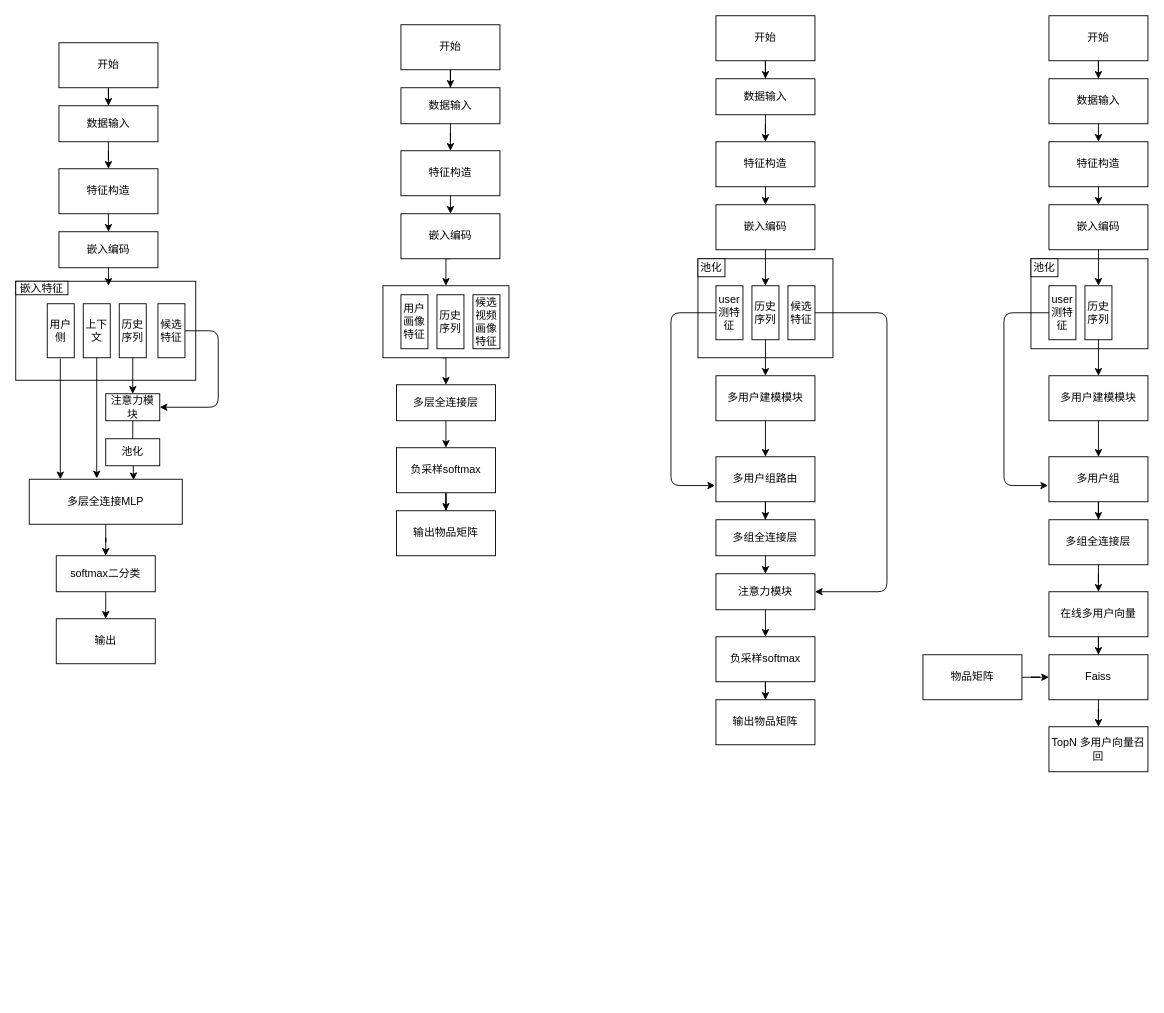
Earlier version of the draw.io diagram Untitled Diagram.drawio (zkailinzhang/12306-I-have-got-the-train-ticket.). Source tidied: cells renumbered, new cells numbered last; positions are measured from the earlier drawing's top-left corner, leaving out a move shared by most shapes. Both pictures are drawn from the tidied source at 90%, with x=0, y=0 at pixel (-25, 15).
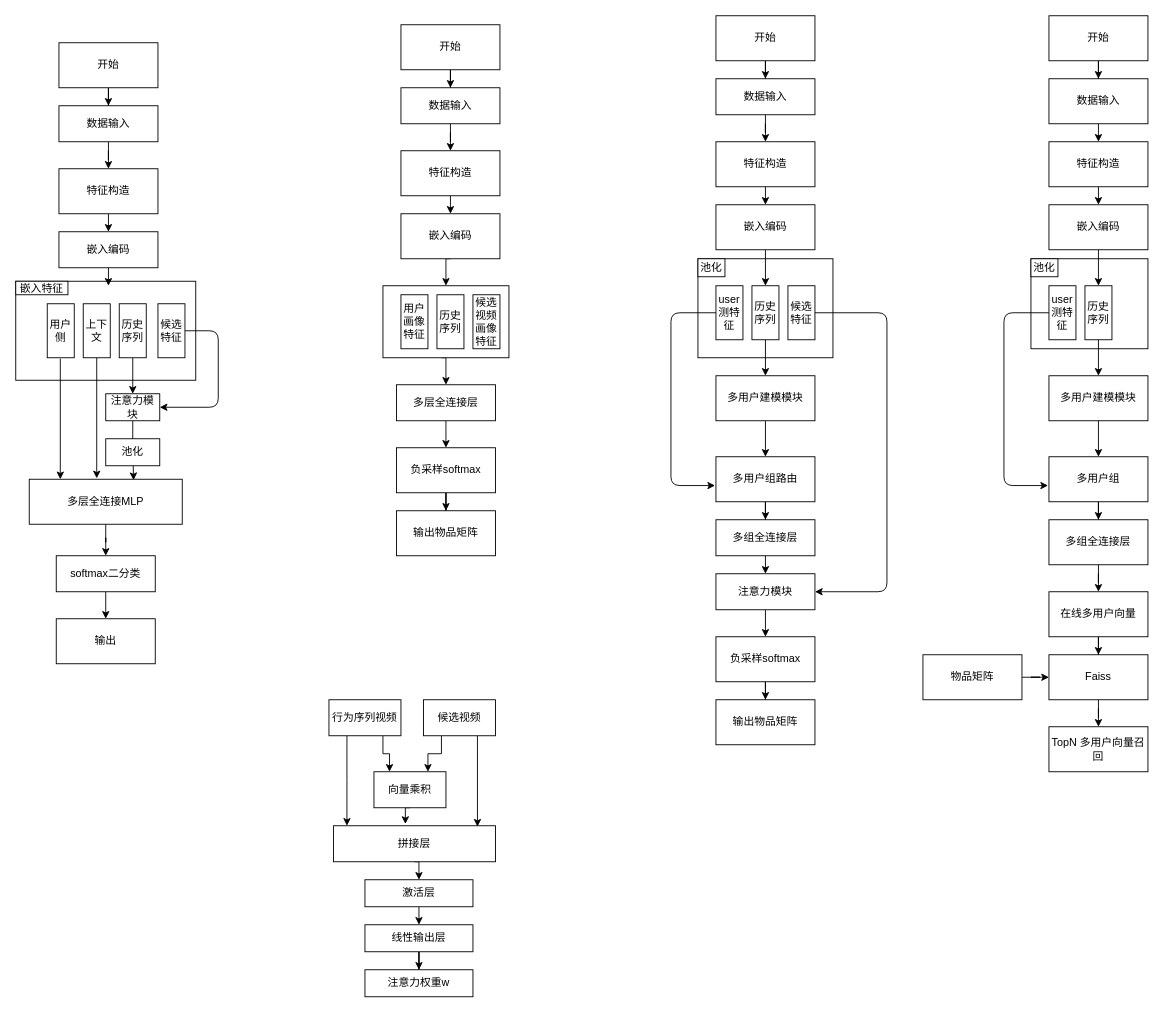
The same page after the edit.

Diff of the diagram source:
```diff
@@
+    <mxCell id="100" style="edgeStyle=orthogonalEdgeStyle;rounded=0;jettySize=auto;html=1;entryX=0.216;entryY=0;entryDx=0;entryDy=0;entryPerimeter=0;exitX=0.75;exitY=1;exitDx=0;exitDy=0;" parent="1" edge="1" source="102" target="104">
+      <mxGeometry relative="1" as="geometry" />
+    </mxCell>
+    <mxCell id="101" style="edgeStyle=orthogonalEdgeStyle;rounded=0;jettySize=auto;html=1;exitX=0.25;exitY=1;exitDx=0;exitDy=0;" parent="1" edge="1" source="102">
+      <mxGeometry relative="1" as="geometry">
+        <mxPoint x="413" y="900" as="targetPoint" />
+      </mxGeometry>
+    </mxCell>
+    <mxCell id="102" value="行为序列视频" style="rounded=0;whiteSpace=wrap;html=1;" parent="1" vertex="1">
+      <mxGeometry x="393" y="760" width="80" height="40" as="geometry" />
+    </mxCell>
+    <mxCell id="103" style="edgeStyle=orthogonalEdgeStyle;rounded=0;jettySize=auto;html=1;exitX=0.5;exitY=1;exitDx=0;exitDy=0;entryX=0.444;entryY=-0.05;entryDx=0;entryDy=0;entryPerimeter=0;" parent="1" edge="1" source="104" target="106">
+      <mxGeometry relative="1" as="geometry" />
+    </mxCell>
+    <mxCell id="104" value="向量乘积" style="rounded=0;whiteSpace=wrap;html=1;" parent="1" vertex="1">
+      <mxGeometry x="443" y="840" width="80" height="40" as="geometry" />
+    </mxCell>
+    <mxCell id="105" style="edgeStyle=orthogonalEdgeStyle;rounded=0;jettySize=auto;html=1;exitX=0.5;exitY=1;exitDx=0;exitDy=0;entryX=0.5;entryY=0;entryDx=0;entryDy=0;" parent="1" edge="1" source="106" target="111">
+      <mxGeometry relative="1" as="geometry" />
+    </mxCell>
+    <mxCell id="106" value="拼接层" style="rounded=0;whiteSpace=wrap;html=1;" parent="1" vertex="1">
+      <mxGeometry x="398" y="900" width="180" height="40" as="geometry" />
+    </mxCell>
+    <mxCell id="107" style="edgeStyle=orthogonalEdgeStyle;rounded=0;jettySize=auto;html=1;exitX=0.25;exitY=1;exitDx=0;exitDy=0;entryX=0.75;entryY=0;entryDx=0;entryDy=0;" parent="1" edge="1" source="109" target="104">
+      <mxGeometry relative="1" as="geometry" />
+    </mxCell>
+    <mxCell id="108" style="edgeStyle=orthogonalEdgeStyle;rounded=0;jettySize=auto;html=1;exitX=0.75;exitY=1;exitDx=0;exitDy=0;entryX=0.889;entryY=0.025;entryDx=0;entryDy=0;entryPerimeter=0;" parent="1" edge="1" source="109" target="106">
+      <mxGeometry relative="1" as="geometry" />
+    </mxCell>
+    <mxCell id="109" value="候选视频" style="rounded=0;whiteSpace=wrap;html=1;" parent="1" vertex="1">
+      <mxGeometry x="498" y="760" width="80" height="40" as="geometry" />
+    </mxCell>
+    <mxCell id="110" style="edgeStyle=orthogonalEdgeStyle;rounded=0;jettySize=auto;html=1;exitX=0.5;exitY=1;exitDx=0;exitDy=0;entryX=0.5;entryY=0;entryDx=0;entryDy=0;" parent="1" edge="1" source="111" target="113">
+      <mxGeometry relative="1" as="geometry" />
+    </mxCell>
+    <mxCell id="111" value="激活层" style="rounded=0;whiteSpace=wrap;html=1;" parent="1" vertex="1">
+      <mxGeometry x="433" y="960" width="120" height="30" as="geometry" />
+    </mxCell>
+    <mxCell id="112" style="edgeStyle=orthogonalEdgeStyle;rounded=0;jettySize=auto;html=1;" parent="1" edge="1" source="113" target="114">
+      <mxGeometry relative="1" as="geometry" />
+    </mxCell>
+    <mxCell id="113" value="线性输出层" style="rounded=0;whiteSpace=wrap;html=1;" parent="1" vertex="1">
+      <mxGeometry x="433" y="1010" width="120" height="30" as="geometry" />
+    </mxCell>
+    <mxCell id="114" value="注意力权重w" style="rounded=0;whiteSpace=wrap;html=1;" parent="1" vertex="1">
+      <mxGeometry x="433" y="1060" width="120" height="30" as="geometry" />
+    </mxCell>
```
